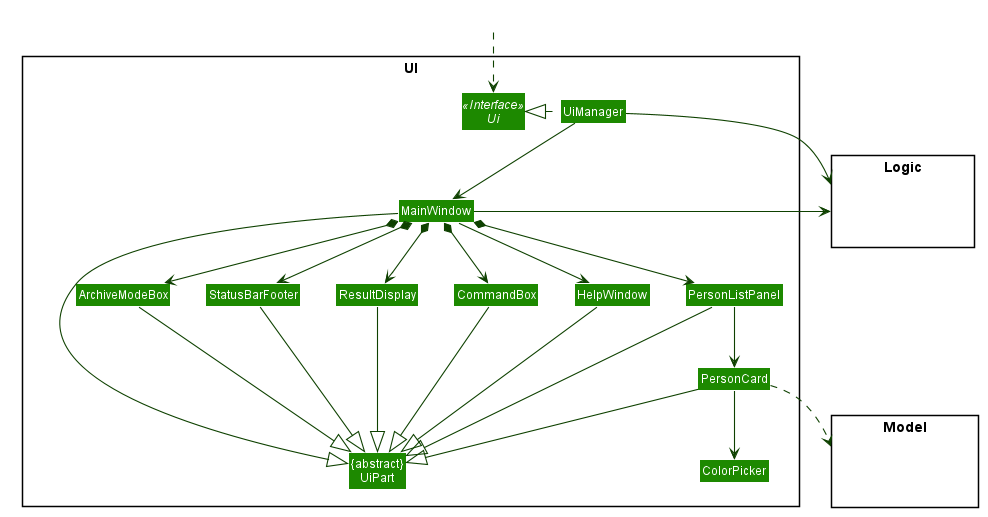
This is docs/images/UiClassDiagram.png from nus-cs2103-AY2021S1/tp, a PlantUML export, as it was before one commit.
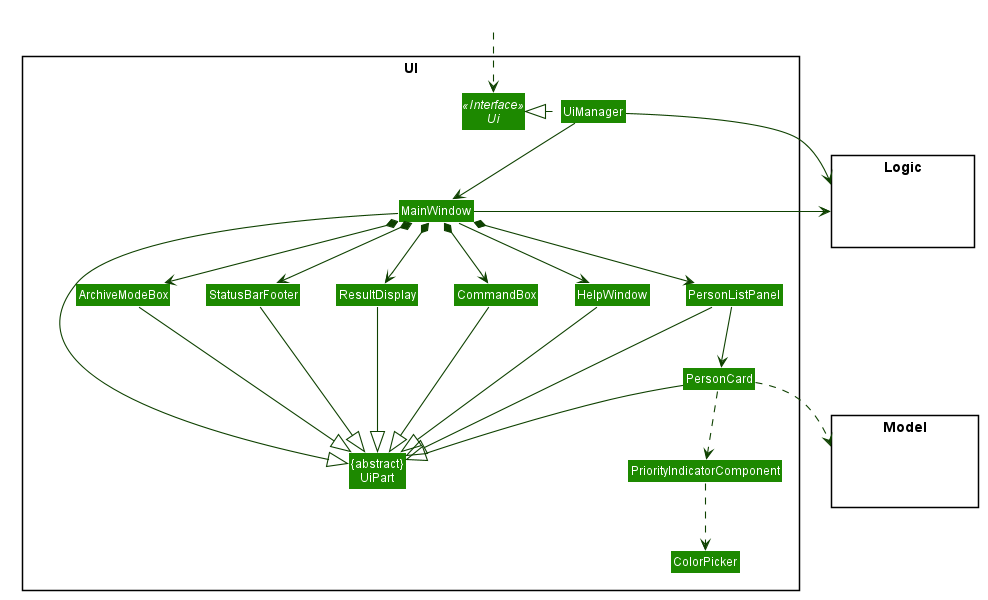
The same file after the commit.

Commit message:
Small updates on developerguide(not complete, need to settle code quality). Edited DeleteSequence.

The edit, as a diff of the source:
```diff
@@ -63,6 +63,7 @@
 Class StatusBarFooter
 Class CommandBox
 Class ArchiveModeBox
+Class PriorityIndicatorComponent
 Class ColorPicker
 }
 
@@ -88,7 +89,9 @@
 
 PersonListPanel -down-> PersonCard
 
-PersonCard -down-> ColorPicker
+PersonCard ..> PriorityIndicatorComponent
+PriorityIndicatorComponent ..> ColorPicker
+
 
 MainWindow -left-|> UiPart
 
```
